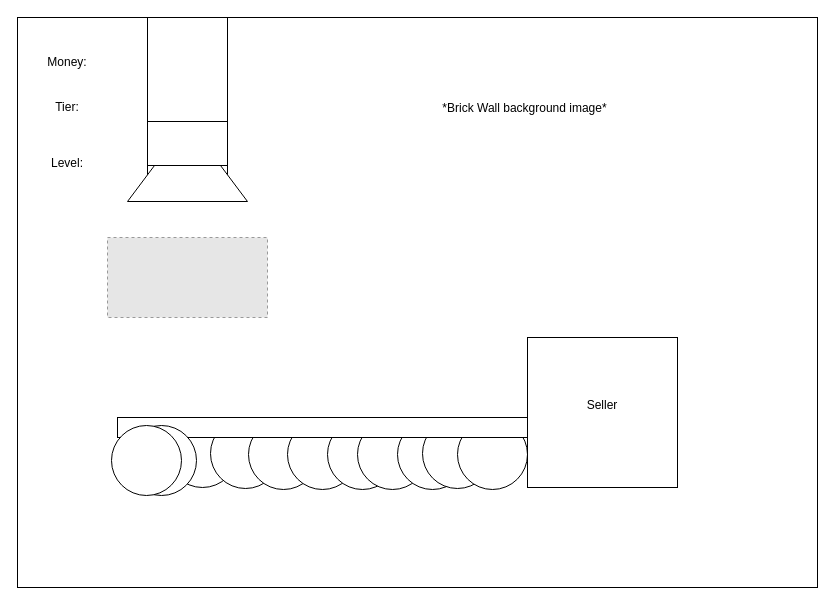
Gabriel-Zanardi/ICD2O-1-2023-Final-Project-Gabriel-Zanardi-Nogueira-Yoochan-Han keeps this draw.io diagram as design/storyboardGameScene.drawio. Above is the earlier version. Source tidied: cells renumbered, new cells numbered last; positions are measured from the earlier drawing's top-left corner, leaving out a move shared by most shapes. Both pictures are drawn from the tidied source at 100%, with x=0, y=0 at pixel (17, 17). Pictures stored in the file or linked from it are replaced by grey dashed boxes.
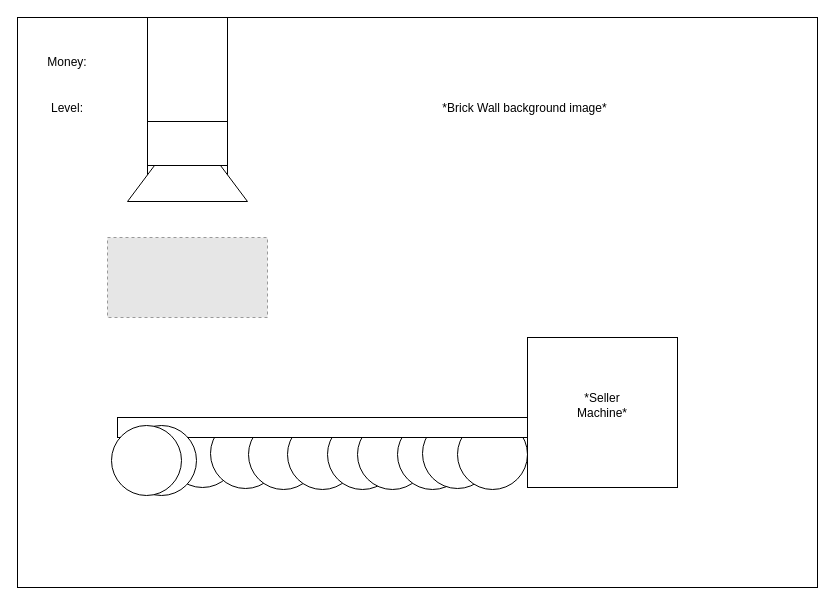
After the change.

What changed in the source:
```diff
@@
-    <mxCell id="17" value="Seller" style="text;html=1;strokeColor=none;fillColor=none;align=center;verticalAlign=middle;whiteSpace=wrap;rounded=0;" parent="1" vertex="1">
+    <mxCell id="17" value="*Seller Machine*" style="text;html=1;strokeColor=none;fillColor=none;align=center;verticalAlign=middle;whiteSpace=wrap;rounded=0;" parent="1" vertex="1">
       <mxGeometry x="555" y="373" width="60" height="30" as="geometry" />
     </mxCell>
@@
-    <mxCell id="22" value="Tier:" style="text;html=1;strokeColor=none;fillColor=none;align=center;verticalAlign=middle;whiteSpace=wrap;rounded=0;" parent="1" vertex="1">
-      <mxGeometry x="20" y="75" width="60" height="30" as="geometry" />
-    </mxCell>
     <mxCell id="23" value="Level:" style="text;html=1;strokeColor=none;fillColor=none;align=center;verticalAlign=middle;whiteSpace=wrap;rounded=0;" parent="1" vertex="1">
-      <mxGeometry x="20" y="131" width="60" height="30" as="geometry" />
+      <mxGeometry x="20" y="76" width="60" height="30" as="geometry" />
     </mxCell>
```
